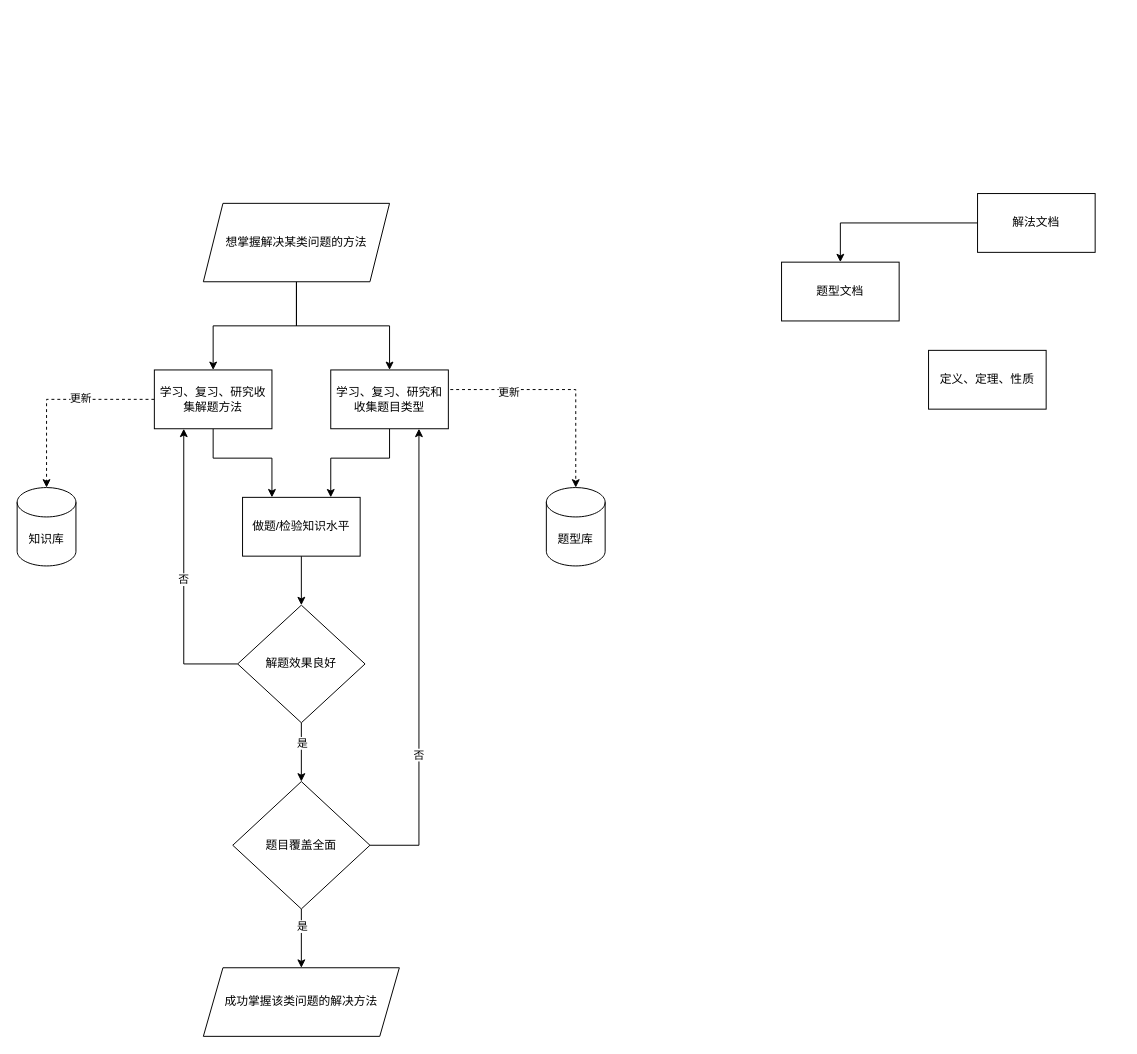
Before: exercise_method.drawio in brendonlin/myflowchart, a draw.io diagram. Source tidied: cells renumbered, new cells numbered last; positions are measured from the earlier drawing's top-left corner, leaving out a move shared by most shapes. Both pictures are drawn from the tidied source at 98%, with x=0, y=0 at pixel (17, 193).
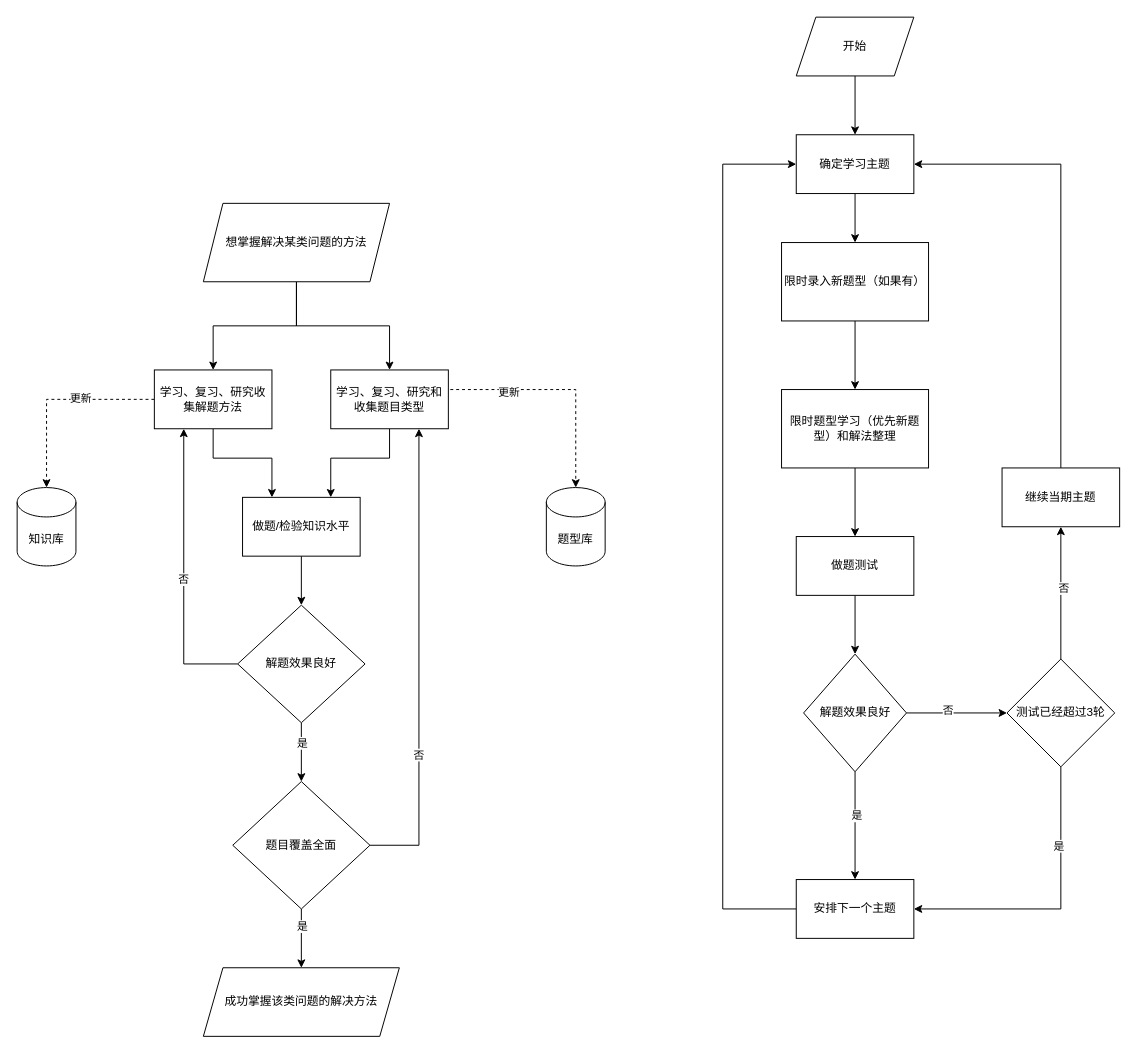
The same page after the edit.

Diff of the diagram source:
```diff
@@
-    <mxCell id="28" value="题型文档" style="rounded=0;whiteSpace=wrap;html=1;" parent="1" vertex="1">
-      <mxGeometry x="780" y="70" width="120" height="60" as="geometry" />
-    </mxCell>
-    <mxCell id="29" style="edgeStyle=orthogonalEdgeStyle;rounded=0;jettySize=auto;html=1;entryX=0.5;entryY=0;entryDx=0;entryDy=0;" parent="1" edge="1" source="30" target="28">
-      <mxGeometry relative="1" as="geometry" />
-    </mxCell>
-    <mxCell id="30" value="解法文档" style="rounded=0;whiteSpace=wrap;html=1;" parent="1" vertex="1">
-      <mxGeometry x="980" width="120" height="60" as="geometry" />
-    </mxCell>
-    <mxCell id="31" value="定义、定理、性质" style="rounded=0;whiteSpace=wrap;html=1;" parent="1" vertex="1">
-      <mxGeometry x="930" y="160" width="120" height="60" as="geometry" />
-    </mxCell>
+    <mxCell id="32" style="edgeStyle=orthogonalEdgeStyle;rounded=0;jettySize=auto;html=1;" parent="1" edge="1" source="33" target="35">
+      <mxGeometry relative="1" as="geometry" />
+    </mxCell>
+    <mxCell id="33" value="限时录入新题型（如果有）" style="rounded=0;whiteSpace=wrap;html=1;" parent="1" vertex="1">
+      <mxGeometry x="780" y="50" width="150" height="80" as="geometry" />
+    </mxCell>
+    <mxCell id="34" style="edgeStyle=orthogonalEdgeStyle;rounded=0;jettySize=auto;html=1;" parent="1" edge="1" source="35" target="37">
+      <mxGeometry relative="1" as="geometry" />
+    </mxCell>
+    <mxCell id="35" value="限时题型学习（优先新题型）和解法整理" style="rounded=0;whiteSpace=wrap;html=1;" parent="1" vertex="1">
+      <mxGeometry x="780" y="200" width="150" height="80" as="geometry" />
+    </mxCell>
+    <mxCell id="36" style="edgeStyle=orthogonalEdgeStyle;rounded=0;jettySize=auto;html=1;" parent="1" edge="1" source="37" target="42">
+      <mxGeometry relative="1" as="geometry" />
+    </mxCell>
+    <mxCell id="37" value="做题测试" style="whiteSpace=wrap;html=1;rounded=0;" parent="1" vertex="1">
+      <mxGeometry x="795" y="350" width="120" height="60" as="geometry" />
+    </mxCell>
+    <mxCell id="38" style="edgeStyle=orthogonalEdgeStyle;rounded=0;jettySize=auto;html=1;" parent="1" edge="1" source="42" target="44">
+      <mxGeometry relative="1" as="geometry" />
+    </mxCell>
+    <mxCell id="39" value="是" style="edgeLabel;html=1;align=center;verticalAlign=middle;" parent="38" vertex="1">
+      <mxGeometry x="-0.2" y="1" relative="1" as="geometry" />
+    </mxCell>
+    <mxCell id="40" style="edgeStyle=orthogonalEdgeStyle;rounded=0;jettySize=auto;html=1;entryX=0;entryY=0.5;entryDx=0;entryDy=0;" parent="1" edge="1" source="42" target="53">
+      <mxGeometry relative="1" as="geometry" />
+    </mxCell>
+    <mxCell id="41" value="否" style="edgeLabel;html=1;align=center;verticalAlign=middle;" parent="40" vertex="1">
+      <mxGeometry x="-0.19" y="3" relative="1" as="geometry" />
+    </mxCell>
+    <mxCell id="42" value="解题效果良好" style="rhombus;whiteSpace=wrap;html=1;" parent="1" vertex="1">
+      <mxGeometry x="802.5" y="470" width="105" height="120" as="geometry" />
+    </mxCell>
+    <mxCell id="43" style="edgeStyle=orthogonalEdgeStyle;rounded=0;jettySize=auto;html=1;entryX=0;entryY=0.5;entryDx=0;entryDy=0;" parent="1" edge="1" source="44" target="46">
+      <mxGeometry relative="1" as="geometry">
+        <Array as="points">
+          <mxPoint x="720" y="730" />
+          <mxPoint x="720" y="-30" />
+        </Array>
+      </mxGeometry>
+    </mxCell>
+    <mxCell id="44" value="安排下一个主题" style="whiteSpace=wrap;html=1;" parent="1" vertex="1">
+      <mxGeometry x="795" y="700" width="120" height="60" as="geometry" />
+    </mxCell>
+    <mxCell id="45" style="edgeStyle=orthogonalEdgeStyle;rounded=0;jettySize=auto;html=1;" parent="1" edge="1" source="46" target="33">
+      <mxGeometry relative="1" as="geometry" />
+    </mxCell>
+    <mxCell id="46" value="确定学习主题" style="rounded=0;whiteSpace=wrap;html=1;" parent="1" vertex="1">
+      <mxGeometry x="795" y="-60" width="120" height="60" as="geometry" />
+    </mxCell>
+    <mxCell id="47" style="edgeStyle=orthogonalEdgeStyle;rounded=0;jettySize=auto;html=1;entryX=0.5;entryY=0;entryDx=0;entryDy=0;" parent="1" edge="1" source="48" target="46">
+      <mxGeometry relative="1" as="geometry" />
+    </mxCell>
+    <mxCell id="48" value="开始" style="shape=parallelogram;perimeter=parallelogramPerimeter;whiteSpace=wrap;html=1;fixedSize=1;" parent="1" vertex="1">
+      <mxGeometry x="795" y="-180" width="120" height="60" as="geometry" />
+    </mxCell>
+    <mxCell id="49" style="edgeStyle=orthogonalEdgeStyle;rounded=0;jettySize=auto;html=1;entryX=1;entryY=0.5;entryDx=0;entryDy=0;" parent="1" edge="1" source="53" target="44">
+      <mxGeometry relative="1" as="geometry">
+        <Array as="points">
+          <mxPoint x="1065" y="730" />
+        </Array>
+      </mxGeometry>
+    </mxCell>
+    <mxCell id="50" value="是" style="edgeLabel;html=1;align=center;verticalAlign=middle;" parent="49" vertex="1">
+      <mxGeometry x="-0.46" y="-3" relative="1" as="geometry" />
+    </mxCell>
+    <mxCell id="51" style="edgeStyle=orthogonalEdgeStyle;rounded=0;jettySize=auto;html=1;entryX=0.5;entryY=1;entryDx=0;entryDy=0;" parent="1" edge="1" source="53" target="55">
+      <mxGeometry relative="1" as="geometry" />
+    </mxCell>
+    <mxCell id="52" value="否" style="edgeLabel;html=1;align=center;verticalAlign=middle;" parent="51" vertex="1">
+      <mxGeometry x="0.08" y="-2" relative="1" as="geometry" />
+    </mxCell>
+    <mxCell id="53" value="测试已经超过3轮" style="rhombus;whiteSpace=wrap;html=1;" parent="1" vertex="1">
+      <mxGeometry x="1010" y="475" width="110" height="110" as="geometry" />
+    </mxCell>
+    <mxCell id="54" style="edgeStyle=orthogonalEdgeStyle;rounded=0;jettySize=auto;html=1;entryX=1;entryY=0.5;entryDx=0;entryDy=0;" parent="1" edge="1" source="55" target="46">
+      <mxGeometry relative="1" as="geometry">
+        <Array as="points">
+          <mxPoint x="1065" y="-30" />
+        </Array>
+      </mxGeometry>
+    </mxCell>
+    <mxCell id="55" value="继续当期主题" style="rounded=0;whiteSpace=wrap;html=1;" parent="1" vertex="1">
+      <mxGeometry x="1005" y="280" width="120" height="60" as="geometry" />
+    </mxCell>
```
